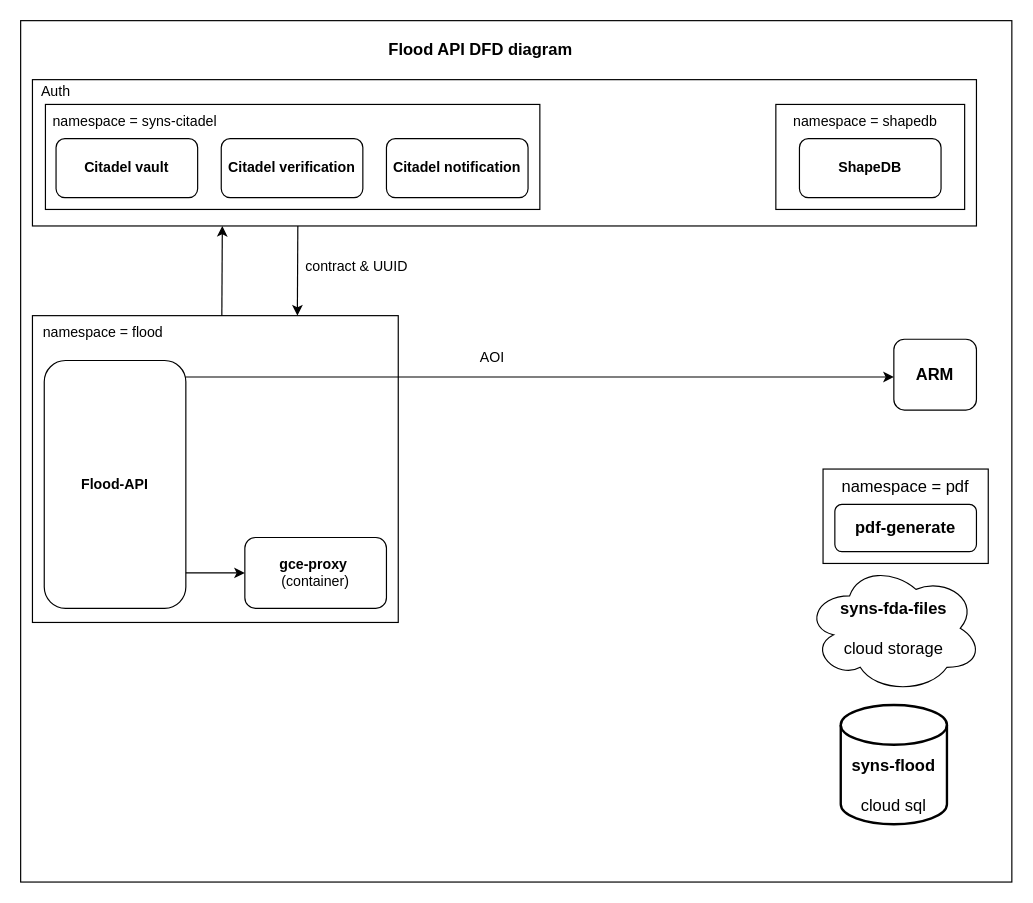
Before: fda.drawio in arif2009/diagram, a draw.io diagram. Source tidied: cells renumbered, new cells numbered last; positions are measured from the earlier drawing's top-left corner, leaving out a move shared by most shapes. Both pictures are drawn from the tidied source at 118%, with x=0, y=0 at pixel (20, 20).
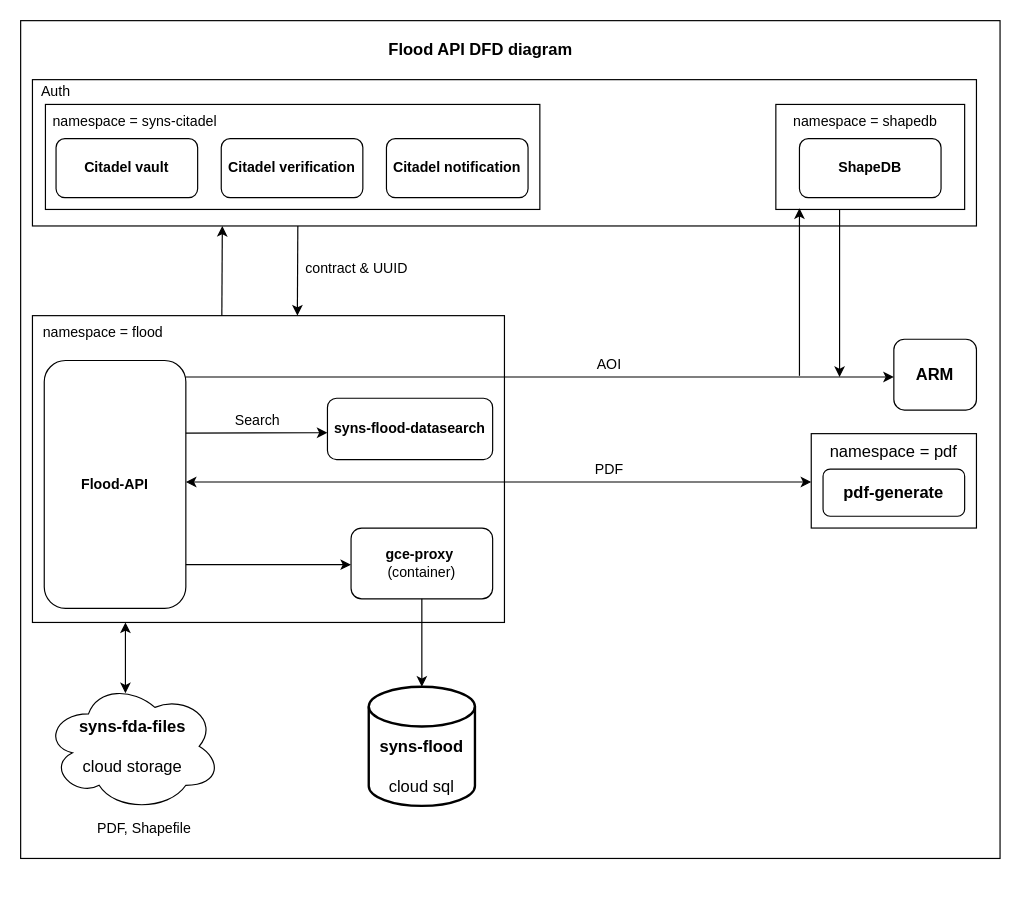
The same diagram, later.

Diff of the diagram source:
```diff
@@
     <mxCell id="2" style="rounded=0;whiteSpace=wrap;html=1;" parent="1" vertex="1">
-      <mxGeometry width="840" height="730" as="geometry" />
+      <mxGeometry width="830" height="710" as="geometry" />
     </mxCell>
@@
     <mxCell id="18" style="rounded=0;whiteSpace=wrap;html=1;labelBackgroundColor=none;fontSize=14;" parent="1" vertex="1">
-      <mxGeometry x="10" y="250" width="310" height="260" as="geometry" />
+      <mxGeometry x="10" y="250" width="400" height="260" as="geometry" />
     </mxCell>
@@
     <mxCell id="20" value="&lt;b&gt;syns-fda-files &lt;/b&gt;&lt;br&gt;&lt;br&gt;cloud storage" style="ellipse;shape=cloud;whiteSpace=wrap;html=1;labelBackgroundColor=none;fontSize=14;" parent="1" vertex="1">
-      <mxGeometry x="665" y="460" width="150" height="110" as="geometry" />
+      <mxGeometry x="20" y="560" width="150" height="110" as="geometry" />
     </mxCell>
     <mxCell id="21" value="&lt;b&gt;&lt;br&gt;&lt;br&gt;syns-flood&lt;/b&gt;&lt;br&gt;&lt;br&gt;cloud sql" style="strokeWidth=2;html=1;shape=mxgraph.flowchart.database;whiteSpace=wrap;labelBackgroundColor=none;fontSize=14;" parent="1" vertex="1">
-      <mxGeometry x="695" y="580" width="90" height="101" as="geometry" />
+      <mxGeometry x="295" y="564.5" width="90" height="101" as="geometry" />
     </mxCell>
     <mxCell id="22" style="group;" parent="1" vertex="1">
-      <mxGeometry x="680" y="380" width="140" height="80" as="geometry" />
+      <mxGeometry x="670" y="350" width="140" height="80" as="geometry" />
     </mxCell>
@@
-    <mxCell id="27" style="group;" parent="1" vertex="1">
-      <mxGeometry x="20" y="288" width="290" height="210" as="geometry" />
-    </mxCell>
-    <mxCell id="28" value="&lt;b&gt;Flood-API&lt;/b&gt;" style="rounded=1;whiteSpace=wrap;html=1;" parent="27" vertex="1">
-      <mxGeometry width="120" height="210" as="geometry" />
-    </mxCell>
-    <mxCell id="29" value="&lt;b&gt;gce-proxy&lt;/b&gt;&lt;span&gt;&amp;nbsp;&lt;/span&gt;&lt;br&gt;&lt;span&gt;(container)&lt;/span&gt;" style="rounded=1;whiteSpace=wrap;html=1;" parent="27" vertex="1">
-      <mxGeometry x="170" y="150" width="120" height="60" as="geometry" />
-    </mxCell>
-    <mxCell id="30" style="endArrow=classic;html=1;rounded=0;exitX=1;exitY=0.857;exitDx=0;exitDy=0;exitPerimeter=0;" parent="27" edge="1">
-      <mxGeometry relative="1" as="geometry">
-        <mxPoint x="120" y="180" as="sourcePoint" />
-        <mxPoint x="170" y="180" as="targetPoint" />
-      </mxGeometry>
-    </mxCell>
@@
     <mxCell id="33" value="contract &amp;amp; UUID" style="text;html=1;strokeColor=none;fillColor=none;align=center;verticalAlign=middle;whiteSpace=wrap;rounded=0;" parent="1" vertex="1">
-      <mxGeometry x="240" y="194" width="90" height="30" as="geometry" />
+      <mxGeometry x="240" y="195" width="90" height="30" as="geometry" />
     </mxCell>
@@
     <mxCell id="35" value="AOI" style="text;html=1;strokeColor=none;fillColor=none;align=center;verticalAlign=middle;whiteSpace=wrap;rounded=0;" parent="1" vertex="1">
-      <mxGeometry x="370" y="271" width="60" height="30" as="geometry" />
+      <mxGeometry x="469" y="277" width="60" height="30" as="geometry" />
     </mxCell>
+    <mxCell id="36" style="endArrow=classic;html=1;rounded=0;verticalAlign=middle;" parent="1" edge="1">
+      <mxGeometry relative="1" as="geometry">
+        <mxPoint x="660" y="301" as="sourcePoint" />
+        <mxPoint x="660" y="159" as="targetPoint" />
+      </mxGeometry>
+    </mxCell>
+    <mxCell id="37" style="endArrow=classic;html=1;rounded=0;verticalAlign=middle;" parent="1" edge="1">
+      <mxGeometry relative="1" as="geometry">
+        <mxPoint x="694" y="160" as="sourcePoint" />
+        <mxPoint x="694" y="302" as="targetPoint" />
+      </mxGeometry>
+    </mxCell>
+    <mxCell id="38" style="endArrow=classic;startArrow=classic;html=1;rounded=0;verticalAlign=middle;" parent="1" edge="1">
+      <mxGeometry relative="1" as="geometry">
+        <mxPoint x="670" y="391" as="sourcePoint" />
+        <mxPoint x="140" y="391" as="targetPoint" />
+      </mxGeometry>
+    </mxCell>
+    <mxCell id="39" value="PDF" style="text;html=1;strokeColor=none;fillColor=none;align=center;verticalAlign=middle;whiteSpace=wrap;rounded=0;" parent="1" vertex="1">
+      <mxGeometry x="469" y="366" width="60" height="30" as="geometry" />
+    </mxCell>
+    <mxCell id="28" value="&lt;b&gt;Flood-API&lt;/b&gt;" style="rounded=1;whiteSpace=wrap;html=1;" parent="1" vertex="1">
+      <mxGeometry x="20" y="288" width="120" height="210" as="geometry" />
+    </mxCell>
+    <mxCell id="29" value="&lt;b&gt;gce-proxy&lt;/b&gt;&lt;span&gt;&amp;nbsp;&lt;/span&gt;&lt;br&gt;&lt;span&gt;(container)&lt;/span&gt;" style="rounded=1;whiteSpace=wrap;html=1;" parent="1" vertex="1">
+      <mxGeometry x="280" y="430" width="120" height="60" as="geometry" />
+    </mxCell>
+    <mxCell id="30" style="endArrow=classic;html=1;rounded=0;" parent="1" edge="1">
+      <mxGeometry x="30" y="308" as="geometry">
+        <mxPoint x="140" y="461" as="sourcePoint" />
+        <mxPoint x="280" y="461" as="targetPoint" />
+      </mxGeometry>
+    </mxCell>
+    <mxCell id="40" style="endArrow=classic;startArrow=classic;html=1;rounded=0;verticalAlign=middle;entryX=0.219;entryY=1;entryDx=0;entryDy=0;entryPerimeter=0;exitX=0.459;exitY=0.091;exitDx=0;exitDy=0;exitPerimeter=0;" parent="1" edge="1">
+      <mxGeometry relative="1" as="geometry">
+        <mxPoint x="88.8" y="570" as="sourcePoint" />
+        <mxPoint x="88.8" y="510" as="targetPoint" />
+      </mxGeometry>
+    </mxCell>
+    <mxCell id="41" value="PDF, Shapefile" style="text;html=1;strokeColor=none;fillColor=none;align=center;verticalAlign=middle;whiteSpace=wrap;rounded=0;" parent="1" vertex="1">
+      <mxGeometry x="50" y="670" width="110" height="30" as="geometry" />
+    </mxCell>
+    <mxCell id="42" style="endArrow=classic;html=1;rounded=0;verticalAlign=middle;exitX=0.5;exitY=1;exitDx=0;exitDy=0;entryX=0.5;entryY=0;entryDx=0;entryDy=0;entryPerimeter=0;" parent="1" edge="1" source="29" target="21">
+      <mxGeometry relative="1" as="geometry" />
+    </mxCell>
+    <mxCell id="43" value="&lt;b&gt;syns-flood-datasearch&lt;/b&gt;" style="rounded=1;whiteSpace=wrap;html=1;" parent="1" vertex="1">
+      <mxGeometry x="260" y="320" width="140" height="52" as="geometry" />
+    </mxCell>
+    <mxCell id="44" style="endArrow=classic;html=1;rounded=0;verticalAlign=middle;exitX=1;exitY=0.25;exitDx=0;exitDy=0;" parent="1" edge="1">
+      <mxGeometry relative="1" as="geometry">
+        <mxPoint x="140" y="349.5" as="sourcePoint" />
+        <mxPoint x="260" y="349.2" as="targetPoint" />
+      </mxGeometry>
+    </mxCell>
+    <mxCell id="45" value="Search" style="text;html=1;strokeColor=none;fillColor=none;align=center;verticalAlign=middle;whiteSpace=wrap;rounded=0;" parent="1" vertex="1">
+      <mxGeometry x="171" y="324" width="60" height="30" as="geometry" />
+    </mxCell>
```
